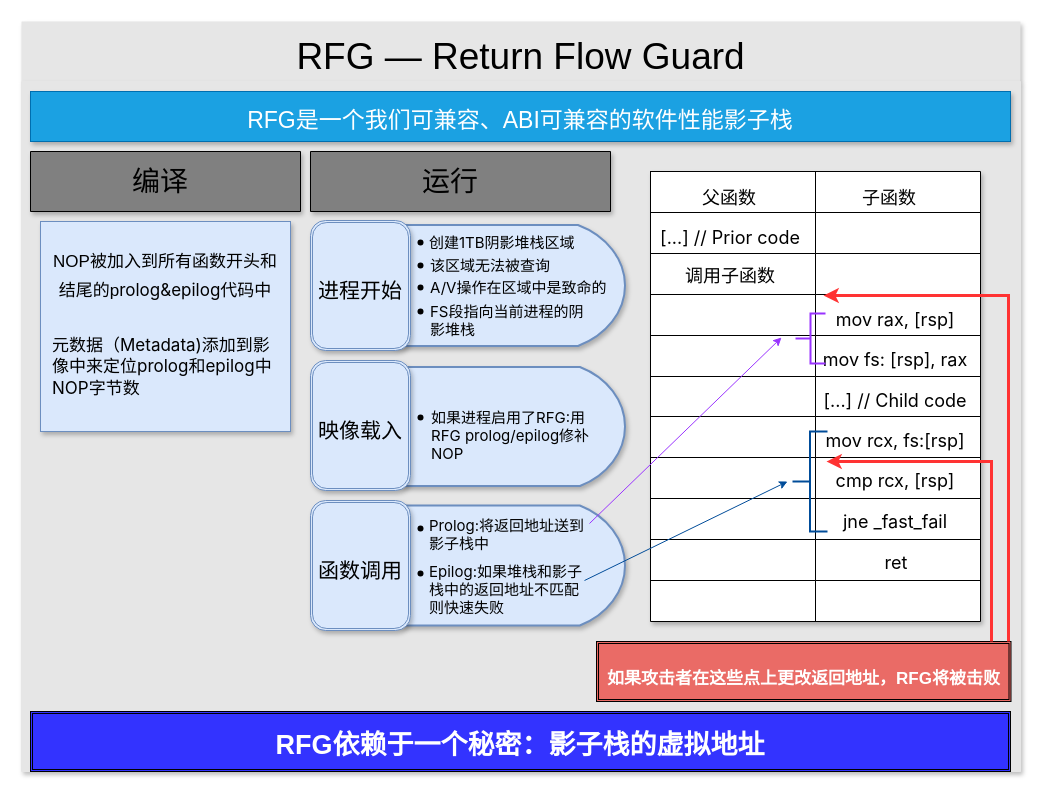
Above: Untitled Diagram5.drawio in ZKX64/Textbook-graph (draw.io), before the change. Source tidied: cells renumbered, new cells numbered last; positions are measured from the earlier drawing's top-left corner, leaving out a move shared by most shapes. Both pictures are drawn from the tidied source at 100%, with x=0, y=0 at pixel (21, 21).
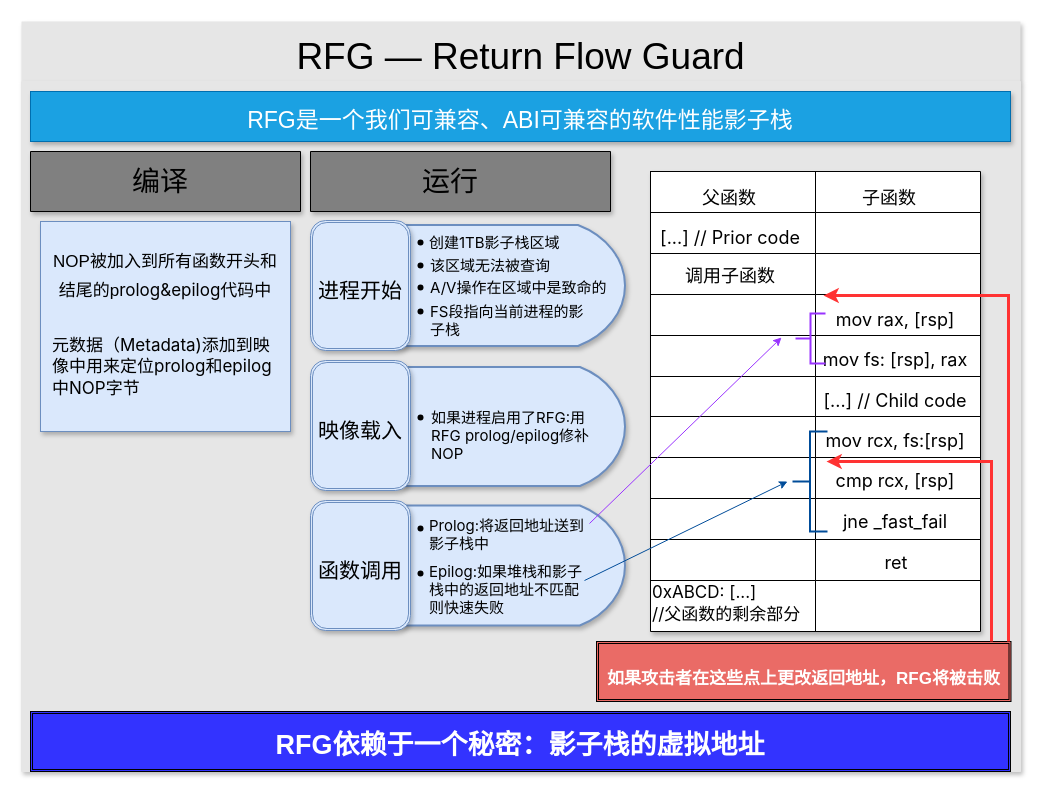
The same page after the edit.

Diff of the diagram source:
```diff
@@
     <mxCell id="7" style="shape=table;startSize=0;childLayout=tableLayout;shadow=1;glass=0;sketch=0;strokeColor=default;fontSize=22;" parent="1" vertex="1">
-      <mxGeometry x="629" y="150" width="330" height="450" as="geometry" />
+      <mxGeometry x="629" y="150" width="330" height="460" as="geometry" />
     </mxCell>
@@
     <mxCell id="38" style="shape=tableRow;horizontal=0;startSize=0;swimlaneHead=0;swimlaneBody=0;top=0;left=0;bottom=0;right=0;fillColor=none;shadow=1;glass=0;sketch=0;strokeColor=default;fontSize=37;" parent="7" vertex="1">
-      <mxGeometry y="409" width="330" height="41" as="geometry" />
+      <mxGeometry y="409" width="330" height="51" as="geometry" />
     </mxCell>
     <mxCell id="39" style="shape=partialRectangle;html=1;whiteSpace=wrap;overflow=hidden;fillColor=none;top=0;left=0;bottom=0;right=0;shadow=1;glass=0;sketch=0;strokeColor=default;fontSize=37;" parent="38" vertex="1">
-      <mxGeometry width="165" height="41" as="geometry" />
+      <mxGeometry width="165" height="51" as="geometry" />
     </mxCell>
     <mxCell id="40" style="shape=partialRectangle;html=1;whiteSpace=wrap;overflow=hidden;fillColor=none;top=0;left=0;bottom=0;right=0;shadow=1;glass=0;sketch=0;strokeColor=default;fontSize=37;" parent="38" vertex="1">
-      <mxGeometry x="165" width="165" height="41" as="geometry" />
+      <mxGeometry x="165" width="165" height="51" as="geometry" />
     </mxCell>
@@
-    <mxCell id="51" value="&lt;p style=&quot;line-height: 120%;&quot;&gt;&lt;font style=&quot;font-size: 17px;&quot; face=&quot;-apple-system, SF UI Text, Arial, PingFang SC, Hiragino Sans GB, Microsoft YaHei, WenQuanYi Micro Hei, sans-serif, SimHei, SimSun&quot;&gt;元数据（Metadata)添加到影像中来定位prolog和epilog中NOP字节数&lt;/font&gt;&lt;/p&gt;" style="text;whiteSpace=wrap;html=1;fontSize=17;fontColor=#000000;" parent="1" vertex="1">
+    <mxCell id="51" value="&lt;p style=&quot;line-height: 120%;&quot;&gt;&lt;font style=&quot;font-size: 17px;&quot; face=&quot;-apple-system, SF UI Text, Arial, PingFang SC, Hiragino Sans GB, Microsoft YaHei, WenQuanYi Micro Hei, sans-serif, SimHei, SimSun&quot;&gt;元数据（Metadata)添加到映像中用来定位prolog和epilog中NOP字节&lt;/font&gt;&lt;/p&gt;" style="text;whiteSpace=wrap;html=1;fontSize=17;fontColor=#000000;" parent="1" vertex="1">
       <mxGeometry x="29" y="290" width="230" height="80" as="geometry" />
     </mxCell>
@@
-    <mxCell id="53" value="&lt;p style=&quot;line-height: 120%; font-size: 15px;&quot;&gt;&lt;font style=&quot;font-size: 15px;&quot; face=&quot;-apple-system, SF UI Text, Arial, PingFang SC, Hiragino Sans GB, Microsoft YaHei, WenQuanYi Micro Hei, sans-serif, SimHei, SimSun&quot;&gt;创建1TB阴影堆栈区域&lt;/font&gt;&lt;/p&gt;" style="text;whiteSpace=wrap;html=1;fontSize=15;fontColor=#000000;" parent="1" vertex="1">
+    <mxCell id="53" value="&lt;p style=&quot;line-height: 120%; font-size: 15px;&quot;&gt;&lt;font style=&quot;font-size: 15px;&quot; face=&quot;-apple-system, SF UI Text, Arial, PingFang SC, Hiragino Sans GB, Microsoft YaHei, WenQuanYi Micro Hei, sans-serif, SimHei, SimSun&quot;&gt;创建1TB影子栈区域&lt;/font&gt;&lt;/p&gt;" style="text;whiteSpace=wrap;html=1;fontSize=15;fontColor=#000000;" parent="1" vertex="1">
       <mxGeometry x="406" y="191" width="155" height="60" as="geometry" />
     </mxCell>
@@
-    <mxCell id="62" value="&lt;p style=&quot;line-height: 120%; font-size: 15px;&quot;&gt;&lt;font face=&quot;-apple-system, SF UI Text, Arial, PingFang SC, Hiragino Sans GB, Microsoft YaHei, WenQuanYi Micro Hei, sans-serif, SimHei, SimSun&quot;&gt;FS段指向当前进程的阴影堆栈&lt;/font&gt;&lt;/p&gt;" style="text;whiteSpace=wrap;html=1;fontSize=15;fontColor=#000000;" parent="1" vertex="1">
+    <mxCell id="62" value="&lt;p style=&quot;line-height: 120%; font-size: 15px;&quot;&gt;&lt;font face=&quot;-apple-system, SF UI Text, Arial, PingFang SC, Hiragino Sans GB, Microsoft YaHei, WenQuanYi Micro Hei, sans-serif, SimHei, SimSun&quot;&gt;FS段指向当前进程的影子栈&lt;/font&gt;&lt;/p&gt;" style="text;whiteSpace=wrap;html=1;fontSize=15;fontColor=#000000;" parent="1" vertex="1">
       <mxGeometry x="407" y="260" width="162" height="52" as="geometry" />
     </mxCell>
@@
+    <mxCell id="85" value="&lt;p style=&quot;line-height: 30%; font-size: 17px;&quot;&gt;&lt;font style=&quot;font-size: 17px;&quot; face=&quot;-apple-system, SF UI Text, Arial, PingFang SC, Hiragino Sans GB, Microsoft YaHei, WenQuanYi Micro Hei, sans-serif, SimHei, SimSun&quot;&gt;0xABCD: [...]&lt;/font&gt;&lt;/p&gt;&lt;p style=&quot;line-height: 30%; font-size: 17px;&quot;&gt;&lt;font style=&quot;font-size: 17px;&quot; face=&quot;-apple-system, SF UI Text, Arial, PingFang SC, Hiragino Sans GB, Microsoft YaHei, WenQuanYi Micro Hei, sans-serif, SimHei, SimSun&quot;&gt;//父函数的剩余部分&lt;/font&gt;&lt;/p&gt;" style="text;whiteSpace=wrap;html=1;fontSize=18;fontColor=#000000;align=left;" parent="1" vertex="1">
+      <mxGeometry x="629" y="545" width="170" height="95" as="geometry" />
+    </mxCell>
```
